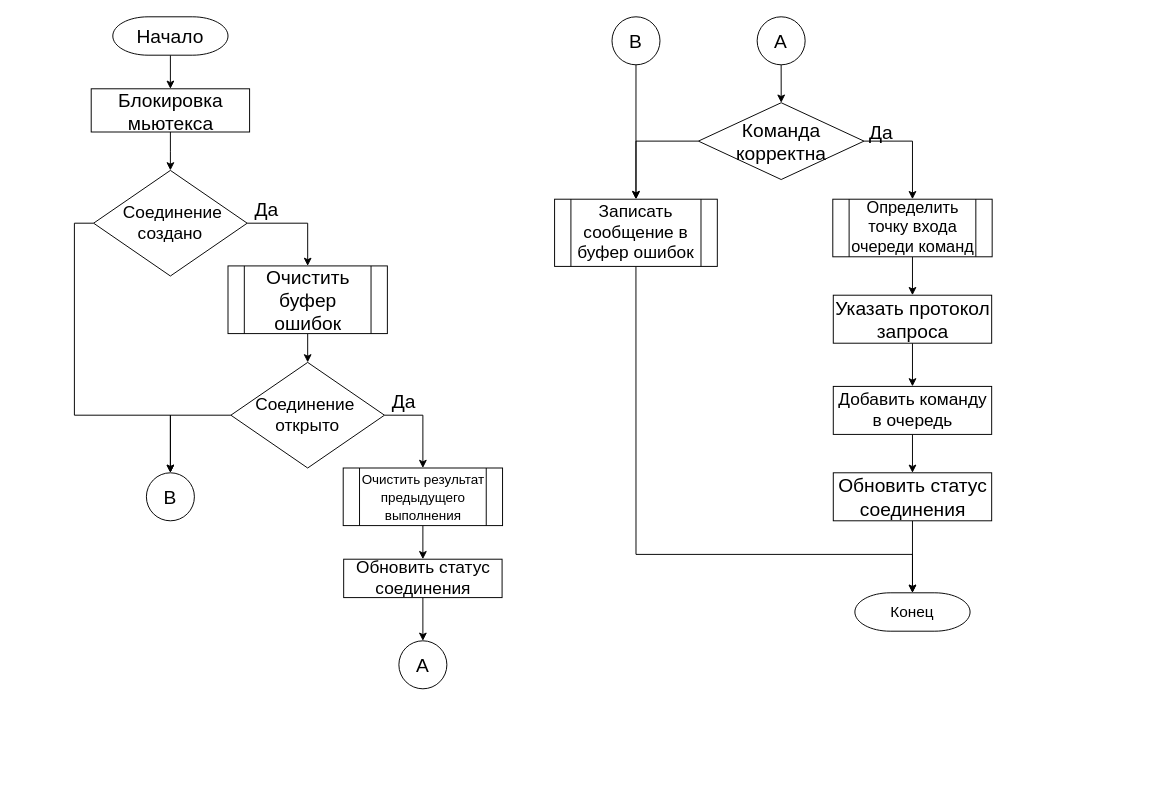
The draw.io diagram Даиграммы/Send0.drawio in platosha-git/Diplom-theory, before the edit. Source tidied: cells renumbered, new cells numbered last; positions are measured from the earlier drawing's top-left corner, leaving out a move shared by most shapes. Both pictures are drawn from the tidied source at 96%, with x=0, y=0 at pixel (74, 16).
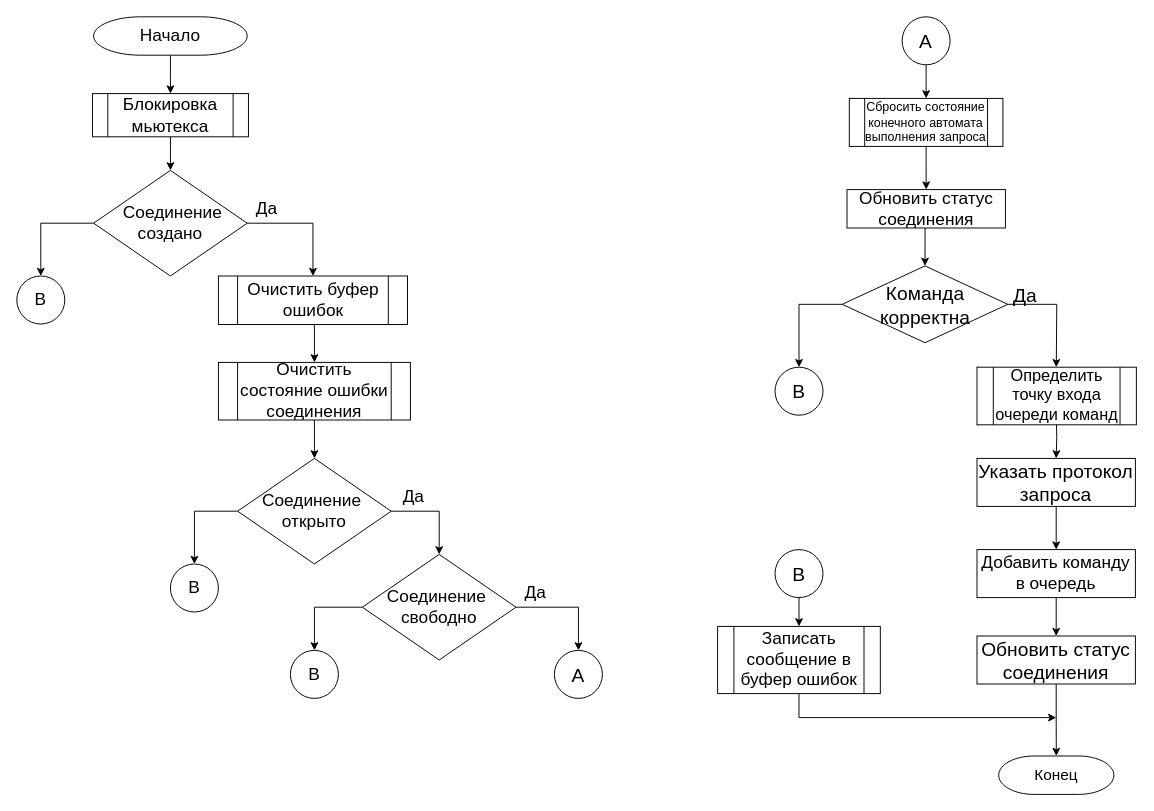
After the change.

Unchanged cells that the change refers to:
```xml
<mxCell id="38" value="&lt;font style=&quot;font-size: 18px&quot;&gt;&amp;nbsp; Соединение&amp;nbsp;&lt;br&gt;создано&lt;/font&gt;" style="rhombus;whiteSpace=wrap;html=1;" parent="1" vertex="1">
  <mxGeometry x="20" y="160" width="160" height="110" as="geometry" />
</mxCell>
```

What changed in the source:
```diff
@@
-    <mxCell id="3" value="&lt;font style=&quot;font-size: 20px&quot;&gt;Начало&lt;/font&gt;" style="strokeWidth=1;html=1;shape=mxgraph.flowchart.terminator;whiteSpace=wrap;fontSize=16;" parent="1" vertex="1">
-      <mxGeometry x="40" width="120" height="40" as="geometry" />
+    <mxCell id="3" value="&lt;font style=&quot;font-size: 18px&quot;&gt;Начало&lt;/font&gt;" style="strokeWidth=1;html=1;shape=mxgraph.flowchart.terminator;whiteSpace=wrap;fontSize=16;" parent="1" vertex="1">
+      <mxGeometry x="20" width="160" height="40" as="geometry" />
     </mxCell>
@@
-    <mxCell id="5" value="&lt;font style=&quot;font-size: 20px&quot;&gt;Блокировка мьютекса&lt;/font&gt;" style="rounded=0;whiteSpace=wrap;html=1;fontSize=16;" parent="1" vertex="1">
-      <mxGeometry x="17.5" y="75" width="165" height="45" as="geometry" />
-    </mxCell>
@@
-    <mxCell id="7" value="&lt;font style=&quot;font-size: 20px&quot;&gt;Да&lt;/font&gt;" style="text;html=1;align=center;verticalAlign=middle;fontSize=16;" parent="1" vertex="1">
-      <mxGeometry x="180" y="185" width="40" height="30" as="geometry" />
+    <mxCell id="7" value="&lt;font style=&quot;font-size: 18px&quot;&gt;Да&lt;/font&gt;" style="text;html=1;align=center;verticalAlign=middle;fontSize=16;" parent="1" vertex="1">
+      <mxGeometry x="180" y="190" width="40" height="20" as="geometry" />
     </mxCell>
-    <mxCell id="8" style="edgeStyle=orthogonalEdgeStyle;rounded=0;jettySize=auto;html=1;exitX=1;exitY=0.5;exitDx=0;exitDy=0;fontSize=16;entryX=0.5;entryY=0;entryDx=0;entryDy=0;" parent="1" edge="1" source="40" target="27">
+    <mxCell id="8" style="edgeStyle=orthogonalEdgeStyle;rounded=0;jettySize=auto;html=1;exitX=1;exitY=0.5;exitDx=0;exitDy=0;fontSize=16;" parent="1" edge="1" source="40" target="53">
       <mxGeometry relative="1" as="geometry" />
     </mxCell>
-    <mxCell id="9" style="edgeStyle=orthogonalEdgeStyle;rounded=0;jettySize=auto;html=1;exitX=0.5;exitY=1;exitDx=0;exitDy=0;entryX=0.5;entryY=0;entryDx=0;entryDy=0;fontSize=16;" parent="1" edge="1" source="10" target="40">
-      <mxGeometry relative="1" as="geometry" />
-    </mxCell>
+    <mxCell id="41" style="edgeStyle=orthogonalEdgeStyle;rounded=0;jettySize=auto;html=1;exitX=0.5;exitY=1;exitDx=0;exitDy=0;entryX=0.5;entryY=0;entryDx=0;entryDy=0;" parent="1" edge="1" source="10" target="48">
+      <mxGeometry relative="1" as="geometry" />
+    </mxCell>
-    <mxCell id="10" value="&lt;font style=&quot;font-size: 20px&quot;&gt;Очистить буфер ошибок&lt;/font&gt;" style="shape=process;whiteSpace=wrap;html=1;backgroundOutline=1;fontSize=16;" parent="1" vertex="1">
-      <mxGeometry x="160" y="259.5" width="166" height="70.5" as="geometry" />
+    <mxCell id="10" value="&lt;font style=&quot;font-size: 18px&quot;&gt;Очистить буфер ошибок&lt;/font&gt;" style="shape=process;whiteSpace=wrap;html=1;backgroundOutline=1;fontSize=16;" parent="1" vertex="1">
+      <mxGeometry x="150" y="270" width="197" height="50.5" as="geometry" />
     </mxCell>
-    <mxCell id="11" style="edgeStyle=orthogonalEdgeStyle;rounded=0;jettySize=auto;html=1;exitX=1;exitY=0.5;exitDx=0;exitDy=0;exitPerimeter=0;entryX=0.5;entryY=0;entryDx=0;entryDy=0;fontSize=16;" parent="1" edge="1" source="13" target="15">
-      <mxGeometry relative="1" as="geometry" />
+    <mxCell id="11" style="edgeStyle=orthogonalEdgeStyle;rounded=0;jettySize=auto;html=1;exitX=1;exitY=0.5;exitDx=0;exitDy=0;exitPerimeter=0;entryX=0.5;entryY=0;entryDx=0;entryDy=0;fontSize=16;" parent="1" edge="1" source="13">
+      <mxGeometry relative="1" as="geometry">
+        <mxPoint x="1022.8" y="365" as="targetPoint" />
+      </mxGeometry>
     </mxCell>
-    <mxCell id="12" style="edgeStyle=orthogonalEdgeStyle;rounded=0;jettySize=auto;html=1;exitX=0;exitY=0.5;exitDx=0;exitDy=0;exitPerimeter=0;fontSize=16;" parent="1" edge="1" source="13" target="36">
-      <mxGeometry relative="1" as="geometry" />
-    </mxCell>
+    <mxCell id="42" style="edgeStyle=orthogonalEdgeStyle;rounded=0;jettySize=auto;html=1;exitX=0;exitY=0.5;exitDx=0;exitDy=0;exitPerimeter=0;entryX=0.5;entryY=0;entryDx=0;entryDy=0;" parent="1" edge="1" source="13" target="34">
+      <mxGeometry relative="1" as="geometry" />
+    </mxCell>
     <mxCell id="13" value="&lt;font style=&quot;font-size: 20px&quot;&gt;Команда&lt;br&gt;корректна&lt;/font&gt;" style="strokeWidth=1;html=1;shape=mxgraph.flowchart.decision;whiteSpace=wrap;fontSize=16;" parent="1" vertex="1">
-      <mxGeometry x="650" y="89.5" width="172.5" height="80" as="geometry" />
+      <mxGeometry x="799.8" y="259.5" width="172.5" height="80" as="geometry" />
     </mxCell>
-    <mxCell id="14" style="edgeStyle=orthogonalEdgeStyle;rounded=0;jettySize=auto;html=1;exitX=0.5;exitY=1;exitDx=0;exitDy=0;entryX=0.5;entryY=0;entryDx=0;entryDy=0;fontSize=16;" parent="1" edge="1" source="15" target="17">
-      <mxGeometry relative="1" as="geometry" />
+    <mxCell id="14" style="edgeStyle=orthogonalEdgeStyle;rounded=0;jettySize=auto;html=1;exitX=0.5;exitY=1;exitDx=0;exitDy=0;entryX=0.5;entryY=0;entryDx=0;entryDy=0;fontSize=16;" parent="1" edge="1" target="17">
+      <mxGeometry relative="1" as="geometry">
+        <mxPoint x="1022.8" y="415" as="sourcePoint" />
+      </mxGeometry>
     </mxCell>
-    <mxCell id="15" value="&lt;font style=&quot;font-size: 17px&quot;&gt;Определить точку входа очереди команд&lt;/font&gt;" style="shape=process;whiteSpace=wrap;html=1;backgroundOutline=1;fontSize=16;" parent="1" vertex="1">
-      <mxGeometry x="790" y="190" width="166" height="60" as="geometry" />
-    </mxCell>
@@
     <mxCell id="17" value="&lt;font style=&quot;font-size: 20px&quot;&gt;Указать протокол запроса&lt;/font&gt;" style="rounded=0;whiteSpace=wrap;html=1;fontSize=16;" parent="1" vertex="1">
-      <mxGeometry x="790.5" y="290" width="165" height="50" as="geometry" />
+      <mxGeometry x="940.2" y="460" width="165" height="50" as="geometry" />
     </mxCell>
@@
     <mxCell id="19" value="&lt;font style=&quot;font-size: 18px&quot;&gt;Добавить команду в очередь&lt;/font&gt;" style="rounded=0;whiteSpace=wrap;html=1;fontSize=16;" parent="1" vertex="1">
-      <mxGeometry x="790.5" y="385" width="165" height="50" as="geometry" />
+      <mxGeometry x="940.2" y="555" width="165" height="50" as="geometry" />
     </mxCell>
-    <mxCell id="20" value="&lt;font style=&quot;font-size: 20px&quot;&gt;В&lt;/font&gt;" style="ellipse;whiteSpace=wrap;html=1;" parent="1" vertex="1">
-      <mxGeometry x="75" y="475" width="50" height="50" as="geometry" />
+    <mxCell id="20" value="&lt;font style=&quot;font-size: 18px&quot;&gt;В&lt;/font&gt;" style="ellipse;whiteSpace=wrap;html=1;" parent="1" vertex="1">
+      <mxGeometry x="100" y="570" width="50" height="50" as="geometry" />
     </mxCell>
-    <mxCell id="21" value="&lt;font style=&quot;font-size: 20px&quot;&gt;Да&lt;/font&gt;" style="text;html=1;align=center;verticalAlign=middle;fontSize=16;" parent="1" vertex="1">
-      <mxGeometry x="323" y="385" width="40" height="30" as="geometry" />
+    <mxCell id="21" value="&lt;font style=&quot;font-size: 18px&quot;&gt;Да&lt;/font&gt;" style="text;html=1;align=center;verticalAlign=middle;fontSize=16;" parent="1" vertex="1">
+      <mxGeometry x="333" y="490" width="40" height="20" as="geometry" />
     </mxCell>
-    <mxCell id="22" style="edgeStyle=orthogonalEdgeStyle;rounded=0;jettySize=auto;html=1;exitX=0.5;exitY=1;exitDx=0;exitDy=0;entryX=0.5;entryY=0;entryDx=0;entryDy=0;entryPerimeter=0;fontSize=16;" parent="1" edge="1" source="23" target="13">
+    <mxCell id="22" style="edgeStyle=orthogonalEdgeStyle;rounded=0;jettySize=auto;html=1;exitX=0.5;exitY=1;exitDx=0;exitDy=0;entryX=0.5;entryY=0;entryDx=0;entryDy=0;entryPerimeter=0;fontSize=16;" parent="1" edge="1" source="29" target="13">
       <mxGeometry relative="1" as="geometry" />
     </mxCell>
-    <mxCell id="23" value="&lt;font style=&quot;font-size: 20px&quot;&gt;А&lt;/font&gt;" style="ellipse;whiteSpace=wrap;html=1;" parent="1" vertex="1">
-      <mxGeometry x="711.2" width="50" height="50" as="geometry" />
-    </mxCell>
@@
     <mxCell id="25" value="&lt;font style=&quot;font-size: 20px&quot;&gt;Обновить статус соединения&lt;/font&gt;" style="rounded=0;whiteSpace=wrap;html=1;fontSize=16;" parent="1" vertex="1">
-      <mxGeometry x="790.5" y="475" width="165" height="50" as="geometry" />
+      <mxGeometry x="940.2" y="645" width="165" height="50" as="geometry" />
     </mxCell>
-    <mxCell id="26" style="edgeStyle=orthogonalEdgeStyle;rounded=0;jettySize=auto;html=1;exitX=0.5;exitY=1;exitDx=0;exitDy=0;entryX=0.5;entryY=0;entryDx=0;entryDy=0;fontSize=16;" parent="1" edge="1" source="27" target="29">
-      <mxGeometry relative="1" as="geometry" />
-    </mxCell>
-    <mxCell id="27" value="&lt;font style=&quot;font-size: 14px&quot;&gt;Очистить результат предыдущего выполнения&lt;/font&gt;" style="shape=process;whiteSpace=wrap;html=1;backgroundOutline=1;fontSize=16;" parent="1" vertex="1">
-      <mxGeometry x="280" y="470" width="166" height="60" as="geometry" />
-    </mxCell>
-    <mxCell id="28" style="edgeStyle=orthogonalEdgeStyle;rounded=0;jettySize=auto;html=1;exitX=0.5;exitY=1;exitDx=0;exitDy=0;entryX=0.5;entryY=0;entryDx=0;entryDy=0;fontSize=16;" parent="1" edge="1" source="29" target="30">
-      <mxGeometry relative="1" as="geometry" />
-    </mxCell>
-    <mxCell id="29" value="&lt;font style=&quot;font-size: 18px&quot;&gt;Обновить статус соединения&lt;/font&gt;" style="rounded=0;whiteSpace=wrap;html=1;fontSize=16;" parent="1" vertex="1">
-      <mxGeometry x="280.5" y="565" width="165" height="40" as="geometry" />
-    </mxCell>
-    <mxCell id="30" value="&lt;font style=&quot;font-size: 20px&quot;&gt;А&lt;/font&gt;" style="ellipse;whiteSpace=wrap;html=1;" parent="1" vertex="1">
-      <mxGeometry x="338" y="650" width="50" height="50" as="geometry" />
-    </mxCell>
     <mxCell id="31" value="&lt;font style=&quot;font-size: 20px&quot;&gt;Да&lt;/font&gt;" style="text;html=1;align=center;verticalAlign=middle;fontSize=16;" parent="1" vertex="1">
-      <mxGeometry x="820" y="104.5" width="40" height="30" as="geometry" />
+      <mxGeometry x="969.8" y="274.5" width="40" height="30" as="geometry" />
     </mxCell>
     <mxCell id="32" value="Конец" style="strokeWidth=1;html=1;shape=mxgraph.flowchart.terminator;whiteSpace=wrap;fontSize=16;" parent="1" vertex="1">
-      <mxGeometry x="813" y="600" width="120" height="40" as="geometry" />
+      <mxGeometry x="962.8" y="770" width="120" height="40" as="geometry" />
     </mxCell>
-    <mxCell id="33" style="edgeStyle=orthogonalEdgeStyle;rounded=0;jettySize=auto;html=1;exitX=0.5;exitY=1;exitDx=0;exitDy=0;entryX=0.5;entryY=0;entryDx=0;entryDy=0;fontSize=16;" parent="1" edge="1" source="34" target="36">
-      <mxGeometry relative="1" as="geometry" />
-    </mxCell>
     <mxCell id="34" value="&lt;font style=&quot;font-size: 20px&quot;&gt;В&lt;/font&gt;" style="ellipse;whiteSpace=wrap;html=1;" parent="1" vertex="1">
-      <mxGeometry x="560" width="50" height="50" as="geometry" />
+      <mxGeometry x="729.8" y="365" width="50" height="50" as="geometry" />
     </mxCell>
-    <mxCell id="35" style="edgeStyle=orthogonalEdgeStyle;rounded=0;jettySize=auto;html=1;exitX=0.5;exitY=1;exitDx=0;exitDy=0;entryX=0.5;entryY=0;entryDx=0;entryDy=0;entryPerimeter=0;fontSize=16;" parent="1" edge="1" source="36" target="32">
+    <mxCell id="35" style="edgeStyle=orthogonalEdgeStyle;rounded=0;orthogonalLoop=1;jettySize=auto;html=1;exitX=0.5;exitY=1;exitDx=0;exitDy=0;fontSize=16;" parent="1" edge="1">
       <mxGeometry relative="1" as="geometry">
+        <mxPoint x="754.8" y="705" as="sourcePoint" />
+        <mxPoint x="1022.8" y="730" as="targetPoint" />
         <Array as="points">
-          <mxPoint x="585" y="560" />
-          <mxPoint x="873" y="560" />
+          <mxPoint x="754.8" y="730" />
+          <mxPoint x="1022.8" y="730" />
         </Array>
       </mxGeometry>
     </mxCell>
     <mxCell id="36" value="&lt;font style=&quot;font-size: 18px&quot;&gt;Записать сообщение в буфер ошибок&lt;/font&gt;" style="shape=process;whiteSpace=wrap;html=1;backgroundOutline=1;fontSize=16;" parent="1" vertex="1">
-      <mxGeometry x="500.2" y="190" width="169.5" height="70" as="geometry" />
+      <mxGeometry x="670" y="635" width="169.5" height="70" as="geometry" />
     </mxCell>
-    <mxCell id="37" style="edgeStyle=orthogonalEdgeStyle;rounded=0;jettySize=auto;html=1;exitX=0;exitY=0.5;exitDx=0;exitDy=0;entryX=0.5;entryY=0;entryDx=0;entryDy=0;" parent="1" edge="1" source="38" target="20">
-      <mxGeometry relative="1" as="geometry">
-        <Array as="points">
-          <mxPoint y="215" />
-          <mxPoint y="415" />
-          <mxPoint x="100" y="415" />
-        </Array>
-      </mxGeometry>
-    </mxCell>
+    <mxCell id="43" style="edgeStyle=orthogonalEdgeStyle;rounded=0;jettySize=auto;html=1;exitX=0;exitY=0.5;exitDx=0;exitDy=0;entryX=0.5;entryY=0;entryDx=0;entryDy=0;" parent="1" edge="1" source="38" target="44">
+      <mxGeometry relative="1" as="geometry" />
+    </mxCell>
@@
     <mxCell id="40" value="&lt;font style=&quot;font-size: 18px&quot;&gt;Соединение&amp;nbsp;&lt;br&gt;открыто&lt;/font&gt;" style="rhombus;whiteSpace=wrap;html=1;" parent="1" vertex="1">
-      <mxGeometry x="163" y="360" width="160" height="110" as="geometry" />
+      <mxGeometry x="170" y="460" width="160" height="110" as="geometry" />
     </mxCell>
+    <mxCell id="44" value="&lt;font style=&quot;font-size: 18px&quot;&gt;В&lt;/font&gt;" style="ellipse;whiteSpace=wrap;html=1;" parent="1" vertex="1">
+      <mxGeometry x="-60" y="270" width="50" height="50" as="geometry" />
+    </mxCell>
+    <mxCell id="45" style="edgeStyle=orthogonalEdgeStyle;rounded=0;jettySize=auto;html=1;exitX=0.5;exitY=1;exitDx=0;exitDy=0;entryX=0.5;entryY=0;entryDx=0;entryDy=0;" parent="1" edge="1" source="46">
+      <mxGeometry relative="1" as="geometry">
+        <mxPoint x="754.8" y="635" as="targetPoint" />
+      </mxGeometry>
+    </mxCell>
+    <mxCell id="46" value="&lt;font style=&quot;font-size: 20px&quot;&gt;В&lt;/font&gt;" style="ellipse;whiteSpace=wrap;html=1;" parent="1" vertex="1">
+      <mxGeometry x="729.8" y="555" width="50" height="50" as="geometry" />
+    </mxCell>
+    <mxCell id="15" value="&lt;font style=&quot;font-size: 17px&quot;&gt;Определить точку входа очереди команд&lt;/font&gt;" style="shape=process;whiteSpace=wrap;html=1;backgroundOutline=1;fontSize=16;" parent="1" vertex="1">
+      <mxGeometry x="940.2" y="365" width="166" height="60" as="geometry" />
+    </mxCell>
+    <mxCell id="47" style="edgeStyle=orthogonalEdgeStyle;rounded=0;jettySize=auto;html=1;exitX=0.5;exitY=1;exitDx=0;exitDy=0;entryX=0.5;entryY=0;entryDx=0;entryDy=0;" parent="1" edge="1" source="48" target="40">
+      <mxGeometry relative="1" as="geometry" />
+    </mxCell>
+    <mxCell id="48" value="&lt;font style=&quot;font-size: 18px&quot;&gt;Очистить состояние ошибки соединения&lt;/font&gt;" style="shape=process;whiteSpace=wrap;html=1;backgroundOutline=1;fontSize=16;" parent="1" vertex="1">
+      <mxGeometry x="150" y="360" width="200" height="60" as="geometry" />
+    </mxCell>
+    <mxCell id="5" value="&lt;span style=&quot;font-size: 18px&quot;&gt;Блокировка мьютекса&lt;/span&gt;" style="shape=process;whiteSpace=wrap;html=1;backgroundOutline=1;" parent="1" vertex="1">
+      <mxGeometry x="18.8" y="80" width="162.5" height="45" as="geometry" />
+    </mxCell>
+    <mxCell id="49" style="edgeStyle=orthogonalEdgeStyle;rounded=0;jettySize=auto;html=1;exitX=0.5;exitY=1;exitDx=0;exitDy=0;entryX=0.5;entryY=0;entryDx=0;entryDy=0;fontSize=16;" parent="1" edge="1" source="50" target="29">
+      <mxGeometry relative="1" as="geometry" />
+    </mxCell>
+    <mxCell id="29" value="&lt;font style=&quot;font-size: 18px&quot;&gt;Обновить статус соединения&lt;/font&gt;" style="rounded=0;whiteSpace=wrap;html=1;fontSize=16;" parent="1" vertex="1">
+      <mxGeometry x="804.8" y="180" width="165" height="40" as="geometry" />
+    </mxCell>
+    <mxCell id="50" value="&lt;font style=&quot;font-size: 13px&quot;&gt;Сбросить состояние конечного автомата выполнения запроса&lt;/font&gt;" style="shape=process;whiteSpace=wrap;html=1;backgroundOutline=1;rounded=0;strokeWidth=1;" parent="1" vertex="1">
+      <mxGeometry x="807.2" y="85" width="160" height="50" as="geometry" />
+    </mxCell>
+    <mxCell id="51" style="edgeStyle=orthogonalEdgeStyle;rounded=0;jettySize=auto;html=1;exitX=1;exitY=0.5;exitDx=0;exitDy=0;entryX=0.5;entryY=0;entryDx=0;entryDy=0;" parent="1" edge="1" source="53" target="54">
+      <mxGeometry relative="1" as="geometry" />
+    </mxCell>
+    <mxCell id="52" style="edgeStyle=orthogonalEdgeStyle;rounded=0;jettySize=auto;html=1;exitX=0;exitY=0.5;exitDx=0;exitDy=0;entryX=0.5;entryY=0;entryDx=0;entryDy=0;" parent="1" edge="1" source="53" target="56">
+      <mxGeometry relative="1" as="geometry" />
+    </mxCell>
+    <mxCell id="53" value="&lt;font style=&quot;font-size: 18px&quot;&gt;Соединение&amp;nbsp;&lt;br&gt;свободно&lt;/font&gt;" style="rhombus;whiteSpace=wrap;html=1;" parent="1" vertex="1">
+      <mxGeometry x="300" y="560" width="160" height="110" as="geometry" />
+    </mxCell>
+    <mxCell id="54" value="&lt;font style=&quot;font-size: 20px&quot;&gt;А&lt;/font&gt;" style="ellipse;whiteSpace=wrap;html=1;" parent="1" vertex="1">
+      <mxGeometry x="500" y="660" width="50" height="50" as="geometry" />
+    </mxCell>
+    <mxCell id="55" value="&lt;font style=&quot;font-size: 18px&quot;&gt;Да&lt;/font&gt;" style="text;html=1;align=center;verticalAlign=middle;fontSize=16;" parent="1" vertex="1">
+      <mxGeometry x="460" y="590" width="40" height="20" as="geometry" />
+    </mxCell>
+    <mxCell id="56" value="&lt;font style=&quot;font-size: 18px&quot;&gt;В&lt;/font&gt;" style="ellipse;whiteSpace=wrap;html=1;" parent="1" vertex="1">
+      <mxGeometry x="225" y="660" width="50" height="50" as="geometry" />
+    </mxCell>
+    <mxCell id="57" style="edgeStyle=orthogonalEdgeStyle;rounded=0;jettySize=auto;html=1;exitX=0.5;exitY=1;exitDx=0;exitDy=0;entryX=0.5;entryY=0;entryDx=0;entryDy=0;" parent="1" edge="1" source="58" target="50">
+      <mxGeometry relative="1" as="geometry" />
+    </mxCell>
+    <mxCell id="58" value="&lt;font style=&quot;font-size: 20px&quot;&gt;А&lt;/font&gt;" style="ellipse;whiteSpace=wrap;html=1;" parent="1" vertex="1">
+      <mxGeometry x="862.2" width="50" height="50" as="geometry" />
+    </mxCell>
```
